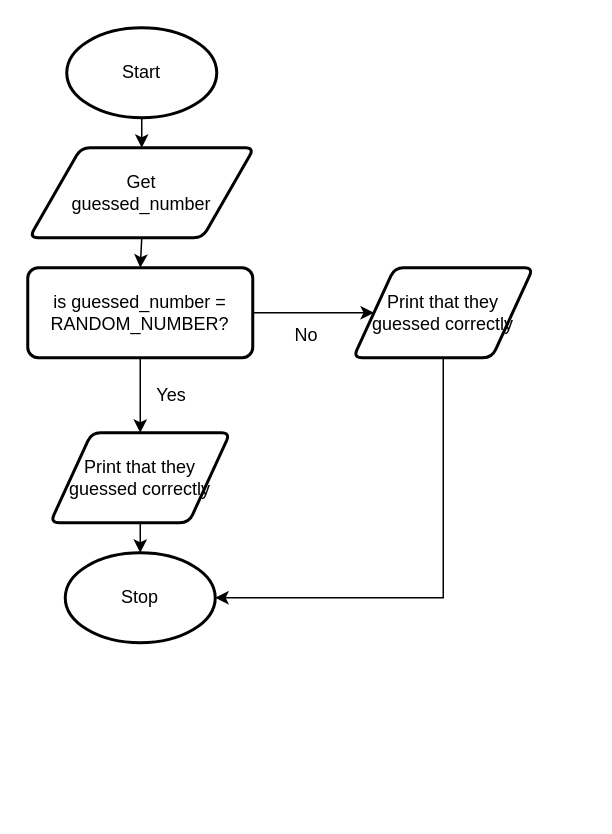
This is drawio/flowchart/flowchart.drawio from Aidan-Lalonde-Novales/ICS3U-Unit3-02-Python, a draw.io file, before an edit. Source tidied: cells renumbered, new cells numbered last; positions are measured from the earlier drawing's top-left corner, leaving out a move shared by most shapes. Both pictures are drawn from the tidied source at 150%, with x=0, y=0 at pixel (27, 27).
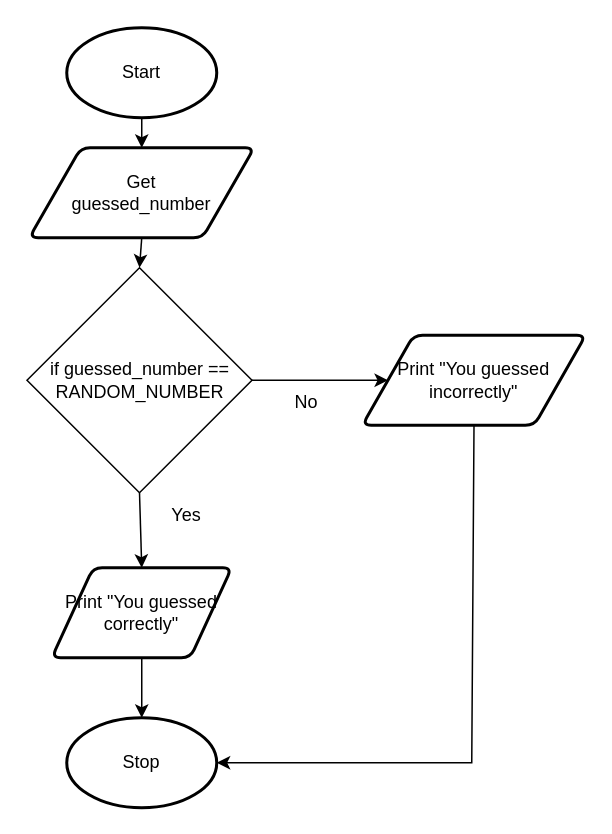
Above is the later version.

Diff of the diagram source:
```diff
@@
 <mxGraphModel>
   <root>
     <mxCell id="0" />
     <mxCell id="1" parent="0" />
     <mxCell id="2" style="edgeStyle=none;html=1;exitX=0.5;exitY=1;exitDx=0;exitDy=0;exitPerimeter=0;entryX=0.5;entryY=0;entryDx=0;entryDy=0;" parent="1" edge="1" source="3" target="5">
       <mxGeometry relative="1" as="geometry" />
     </mxCell>
     <mxCell id="3" value="Start" style="strokeWidth=2;html=1;shape=mxgraph.flowchart.start_1;whiteSpace=wrap;" parent="1" vertex="1">
       <mxGeometry x="26" width="100" height="60" as="geometry" />
     </mxCell>
-    <mxCell id="4" style="edgeStyle=none;html=1;exitX=0.5;exitY=1;exitDx=0;exitDy=0;entryX=0.5;entryY=0;entryDx=0;entryDy=0;" parent="1" edge="1" source="5" target="8">
-      <mxGeometry relative="1" as="geometry" />
-    </mxCell>
+    <mxCell id="16" style="edgeStyle=none;html=1;exitX=0.5;exitY=1;exitDx=0;exitDy=0;entryX=0.5;entryY=0;entryDx=0;entryDy=0;" parent="1" edge="1" source="5" target="19">
+      <mxGeometry relative="1" as="geometry" />
+    </mxCell>
     <mxCell id="5" value="Get&lt;br&gt;guessed_number" style="shape=parallelogram;html=1;strokeWidth=2;perimeter=parallelogramPerimeter;whiteSpace=wrap;rounded=1;arcSize=12;size=0.23;" parent="1" vertex="1">
       <mxGeometry x="1" y="80" width="150" height="60" as="geometry" />
     </mxCell>
-    <mxCell id="6" style="edgeStyle=none;html=1;exitX=0.5;exitY=1;exitDx=0;exitDy=0;entryX=0.5;entryY=0;entryDx=0;entryDy=0;" parent="1" edge="1" source="8" target="10">
-      <mxGeometry relative="1" as="geometry" />
-    </mxCell>
-    <mxCell id="7" style="edgeStyle=none;html=1;exitX=1;exitY=0.5;exitDx=0;exitDy=0;entryX=0;entryY=0.5;entryDx=0;entryDy=0;" parent="1" edge="1" source="8" target="14">
-      <mxGeometry relative="1" as="geometry" />
-    </mxCell>
-    <mxCell id="8" value="is guessed_number = RANDOM_NUMBER?" style="rounded=1;whiteSpace=wrap;html=1;absoluteArcSize=1;arcSize=14;strokeWidth=2;" parent="1" vertex="1">
-      <mxGeometry y="160" width="150" height="60" as="geometry" />
-    </mxCell>
     <mxCell id="9" style="edgeStyle=none;html=1;exitX=0.5;exitY=1;exitDx=0;exitDy=0;entryX=0.5;entryY=0;entryDx=0;entryDy=0;entryPerimeter=0;" parent="1" edge="1" source="10" target="11">
       <mxGeometry relative="1" as="geometry" />
     </mxCell>
-    <mxCell id="10" value="Print that they guessed correctly" style="shape=parallelogram;html=1;strokeWidth=2;perimeter=parallelogramPerimeter;whiteSpace=wrap;rounded=1;arcSize=12;size=0.23;" parent="1" vertex="1">
-      <mxGeometry x="15" y="270" width="120" height="60" as="geometry" />
+    <mxCell id="10" value="Print &quot;You guessed correctly&quot;" style="shape=parallelogram;html=1;strokeWidth=2;perimeter=parallelogramPerimeter;whiteSpace=wrap;rounded=1;arcSize=12;size=0.23;" parent="1" vertex="1">
+      <mxGeometry x="16" y="360" width="120" height="60" as="geometry" />
     </mxCell>
     <mxCell id="11" value="Stop" style="strokeWidth=2;html=1;shape=mxgraph.flowchart.start_1;whiteSpace=wrap;" parent="1" vertex="1">
-      <mxGeometry x="25" y="350" width="100" height="60" as="geometry" />
+      <mxGeometry x="26" y="460" width="100" height="60" as="geometry" />
     </mxCell>
     <mxCell id="12" value="Yes" style="text;html=1;strokeColor=none;fillColor=none;align=center;verticalAlign=middle;whiteSpace=wrap;rounded=0;" parent="1" vertex="1">
-      <mxGeometry x="76" y="230" width="40" height="30" as="geometry" />
+      <mxGeometry x="86" y="310" width="40" height="30" as="geometry" />
     </mxCell>
     <mxCell id="13" style="edgeStyle=none;html=1;exitX=0.5;exitY=1;exitDx=0;exitDy=0;entryX=1;entryY=0.5;entryDx=0;entryDy=0;entryPerimeter=0;rounded=0;" parent="1" edge="1" source="14" target="11">
       <mxGeometry relative="1" as="geometry">
         <Array as="points">
-          <mxPoint x="277" y="380" />
+          <mxPoint x="296" y="490" />
         </Array>
       </mxGeometry>
     </mxCell>
-    <mxCell id="14" value="Print that they guessed correctly" style="shape=parallelogram;html=1;strokeWidth=2;perimeter=parallelogramPerimeter;whiteSpace=wrap;rounded=1;arcSize=12;size=0.23;" parent="1" vertex="1">
-      <mxGeometry x="217" y="160" width="120" height="60" as="geometry" />
+    <mxCell id="14" value="Print &quot;You guessed incorrectly&quot;" style="shape=parallelogram;html=1;strokeWidth=2;perimeter=parallelogramPerimeter;whiteSpace=wrap;rounded=1;arcSize=12;size=0.23;" parent="1" vertex="1">
+      <mxGeometry x="223" y="205" width="149" height="60" as="geometry" />
     </mxCell>
     <mxCell id="15" value="No" style="text;html=1;strokeColor=none;fillColor=none;align=center;verticalAlign=middle;whiteSpace=wrap;rounded=0;" parent="1" vertex="1">
-      <mxGeometry x="166" y="190" width="40" height="30" as="geometry" />
+      <mxGeometry x="166" y="235" width="40" height="30" as="geometry" />
     </mxCell>
+    <mxCell id="17" style="edgeStyle=none;html=1;exitX=0.5;exitY=1;exitDx=0;exitDy=0;entryX=0.5;entryY=0;entryDx=0;entryDy=0;" parent="1" edge="1" source="19" target="10">
+      <mxGeometry relative="1" as="geometry" />
+    </mxCell>
+    <mxCell id="18" style="edgeStyle=none;html=1;exitX=1;exitY=0.5;exitDx=0;exitDy=0;entryX=0;entryY=0.5;entryDx=0;entryDy=0;" parent="1" edge="1" source="19" target="14">
+      <mxGeometry relative="1" as="geometry" />
+    </mxCell>
+    <mxCell id="19" value="&lt;span&gt;if guessed_number == RANDOM_NUMBER&lt;/span&gt;" style="rhombus;whiteSpace=wrap;html=1;" parent="1" vertex="1">
+      <mxGeometry x="-0.5" y="160" width="150" height="150" as="geometry" />
+    </mxCell>
   </root>
 </mxGraphModel>
```
